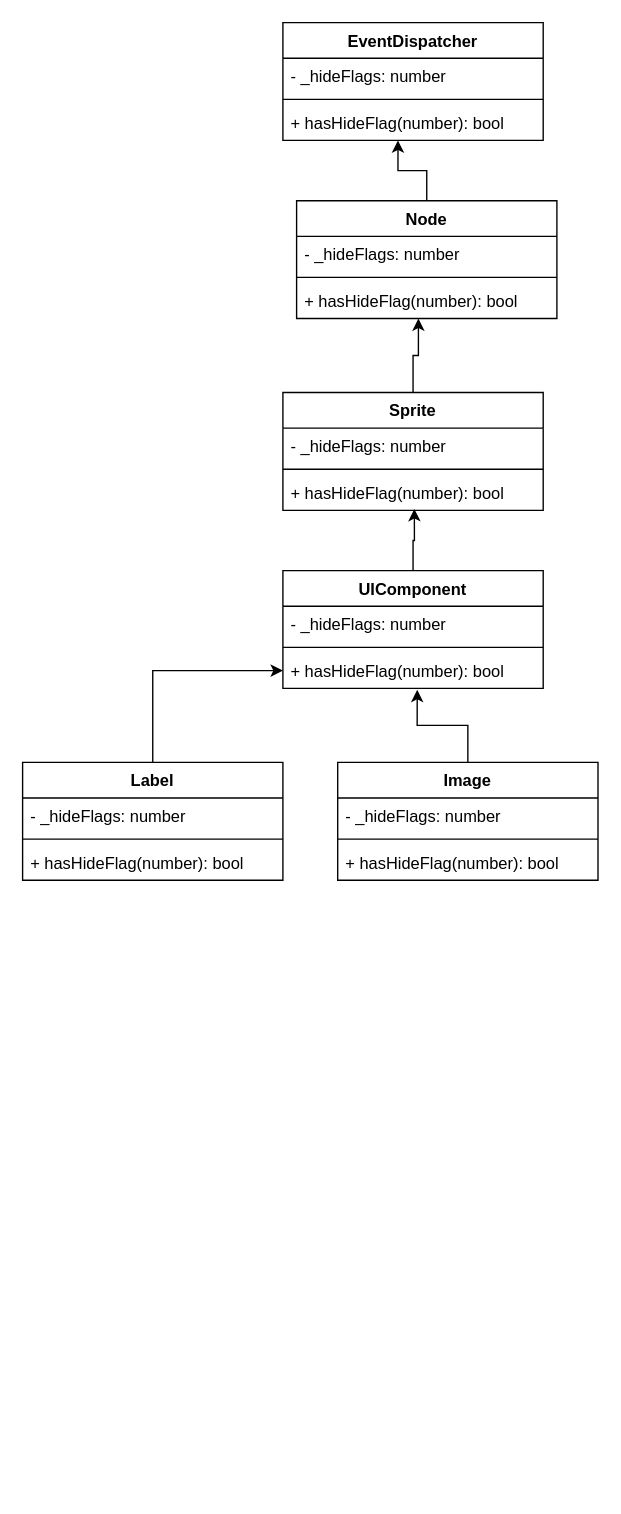
The draw.io diagram 未命名绘图.drawio in nikeoboy/H5, before the edit. Source tidied: cells renumbered, new cells numbered last; positions are measured from the earlier drawing's top-left corner, leaving out a move shared by most shapes. Both pictures are drawn from the tidied source at 137%, with x=0, y=0 at pixel (22, 22).
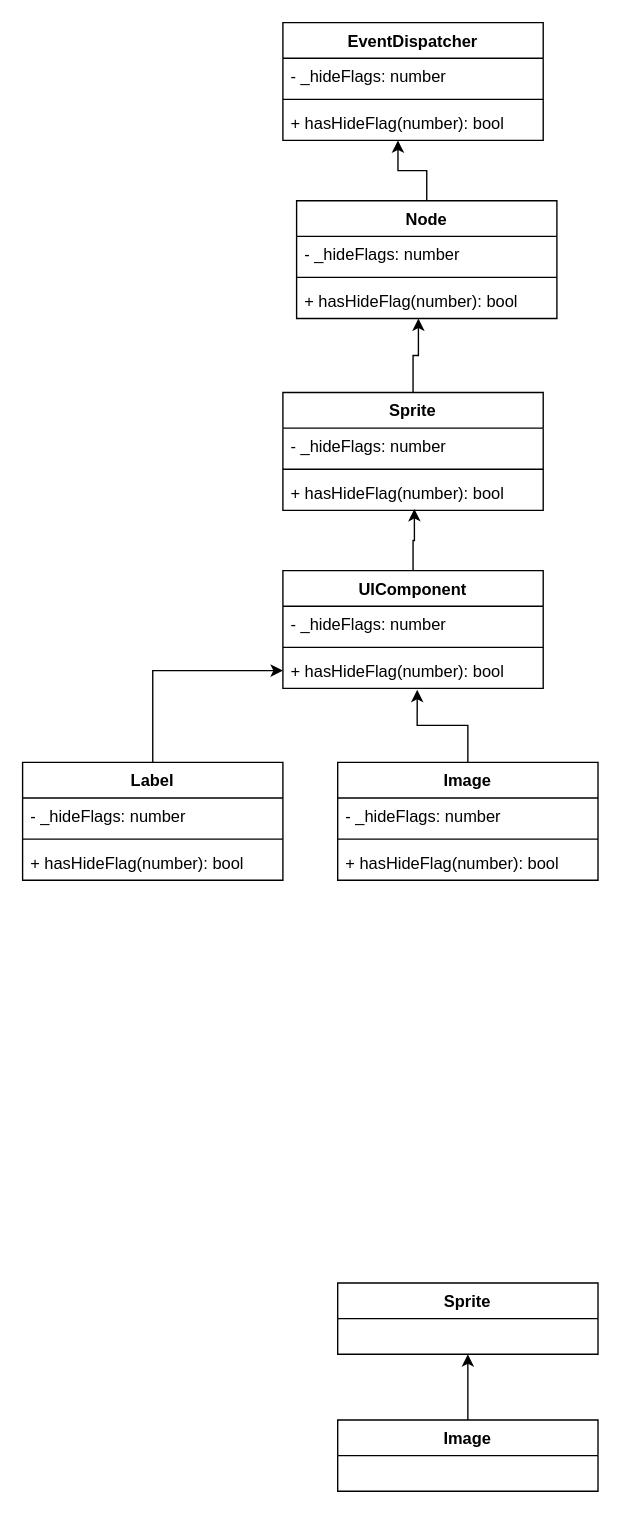
Above is the later version.

Commit message (it also covers changes not shown here):
更新未命名绘图.drawio

The edit, as a diff of the source:
```diff
@@
+    <mxCell id="31" style="edgeStyle=orthogonalEdgeStyle;rounded=0;jettySize=auto;html=1;exitX=0.5;exitY=0;exitDx=0;exitDy=0;entryX=0.5;entryY=1;entryDx=0;entryDy=0;" parent="1" edge="1" source="32" target="33">
+      <mxGeometry relative="1" as="geometry" />
+    </mxCell>
+    <mxCell id="32" value="Image" style="swimlane;fontStyle=1;align=center;verticalAlign=top;horizontal=1;startSize=26;" parent="1" vertex="1">
+      <mxGeometry x="230" y="1020" width="190" height="52" as="geometry" />
+    </mxCell>
+    <mxCell id="33" value="Sprite" style="swimlane;fontStyle=1;align=center;verticalAlign=top;horizontal=1;startSize=26;" parent="1" vertex="1">
+      <mxGeometry x="230" y="920" width="190" height="52" as="geometry" />
+    </mxCell>
```
